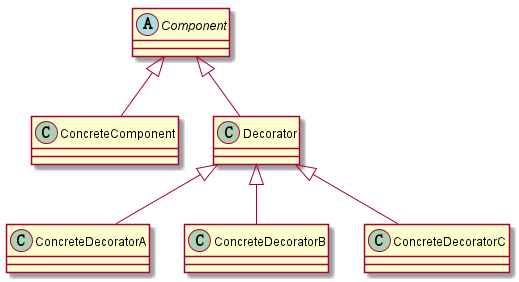
Earlier version of the PlantUML export img/design_pattern_decorator.png (TeachCourse/Java_Design).
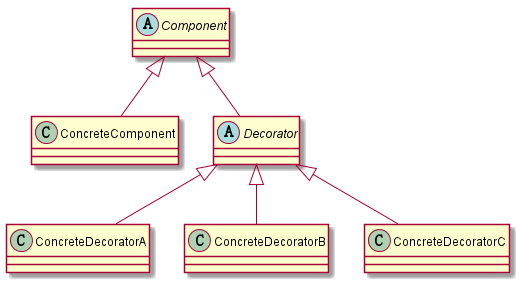
The same file after the commit.

The edit, as a diff of the source:
```diff
@@ -6,7 +6,7 @@
 
 }
 
-class Decorator{
+abstract Decorator{
 
 }
 
@@ -20,4 +20,5 @@
 Decorator <|-- ConcreteDecoratorB
 Decorator <|-- ConcreteDecoratorC
 
+
 @enduml
```
